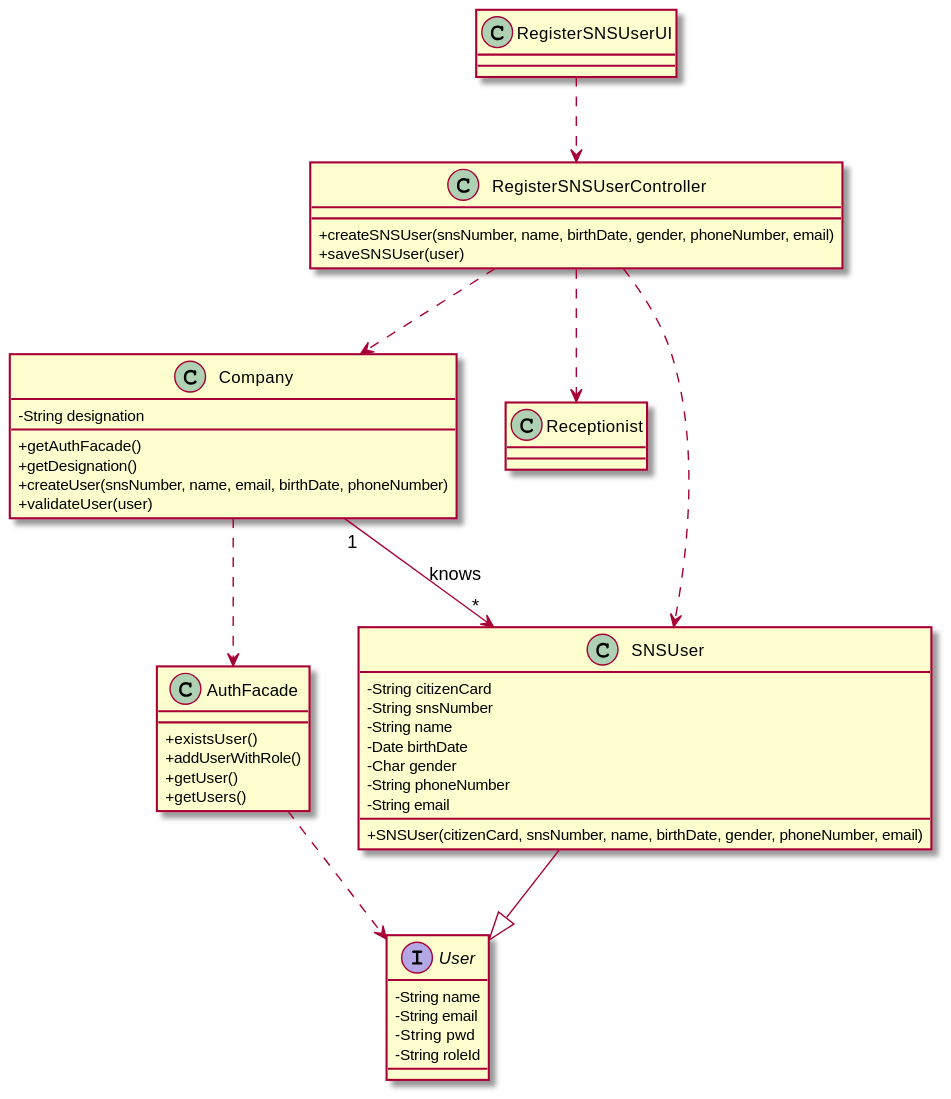
This is docs/SprintB/US03/CD/US03_CD.svg from miseEnPlace-i/lapr2, a PlantUML export, as it was before one commit.
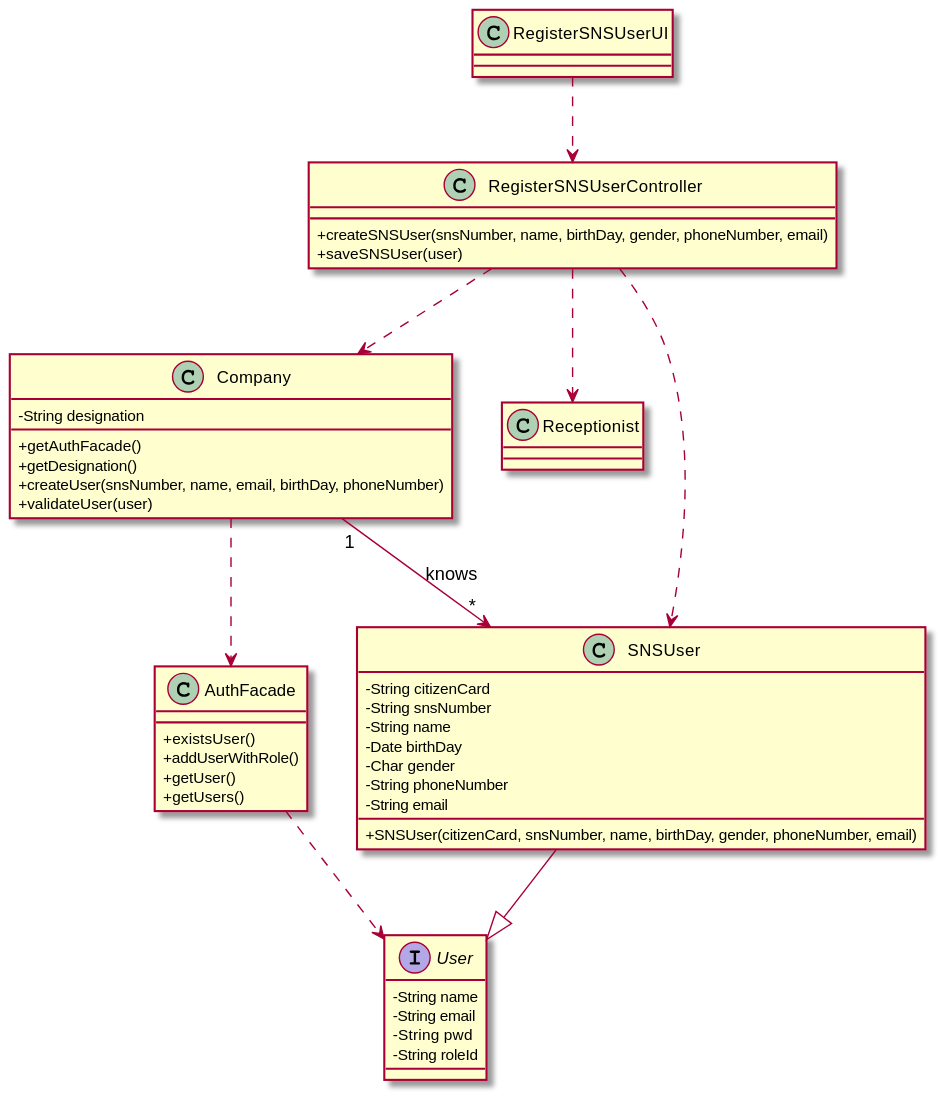
Later version of the same file.

Change to the diagram source:
```diff
@@ -13,7 +13,7 @@
   - String designation
   + getAuthFacade()
   + getDesignation()
-  + createUser(snsNumber, name, email, birthDate, phoneNumber)
+  + createUser(snsNumber, name, email, birthDay, phoneNumber)
   + validateUser(user)
 }
 
@@ -22,7 +22,7 @@
 }
 
 class RegisterSNSUserController {
-  + createSNSUser(snsNumber, name, birthDate, gender, phoneNumber, email)
+  + createSNSUser(snsNumber, name, birthDay, gender, phoneNumber, email)
   + saveSNSUser(user)
 }
 
@@ -32,11 +32,11 @@
   - String citizenCard
   - String snsNumber
   - String name
-  - Date birthDate
+  - Date birthDay
   - Char gender
   - String phoneNumber
   - String email
-  + SNSUser(citizenCard, snsNumber, name, birthDate, gender, phoneNumber, email)
+  + SNSUser(citizenCard, snsNumber, name, birthDay, gender, phoneNumber, email)
 }
 
 interface User {
```
